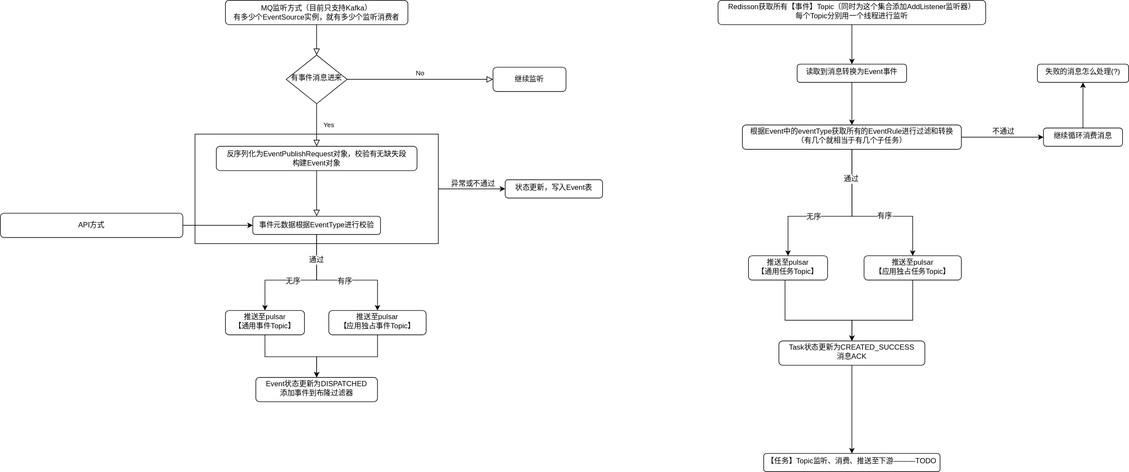
This is 事件.drawio.svg from 1171229771/draw, a draw.io export, as it was before one commit. Source tidied: cells renumbered, new cells last; positions are measured from the earlier drawing's top-left corner, leaving out a move shared by most shapes.
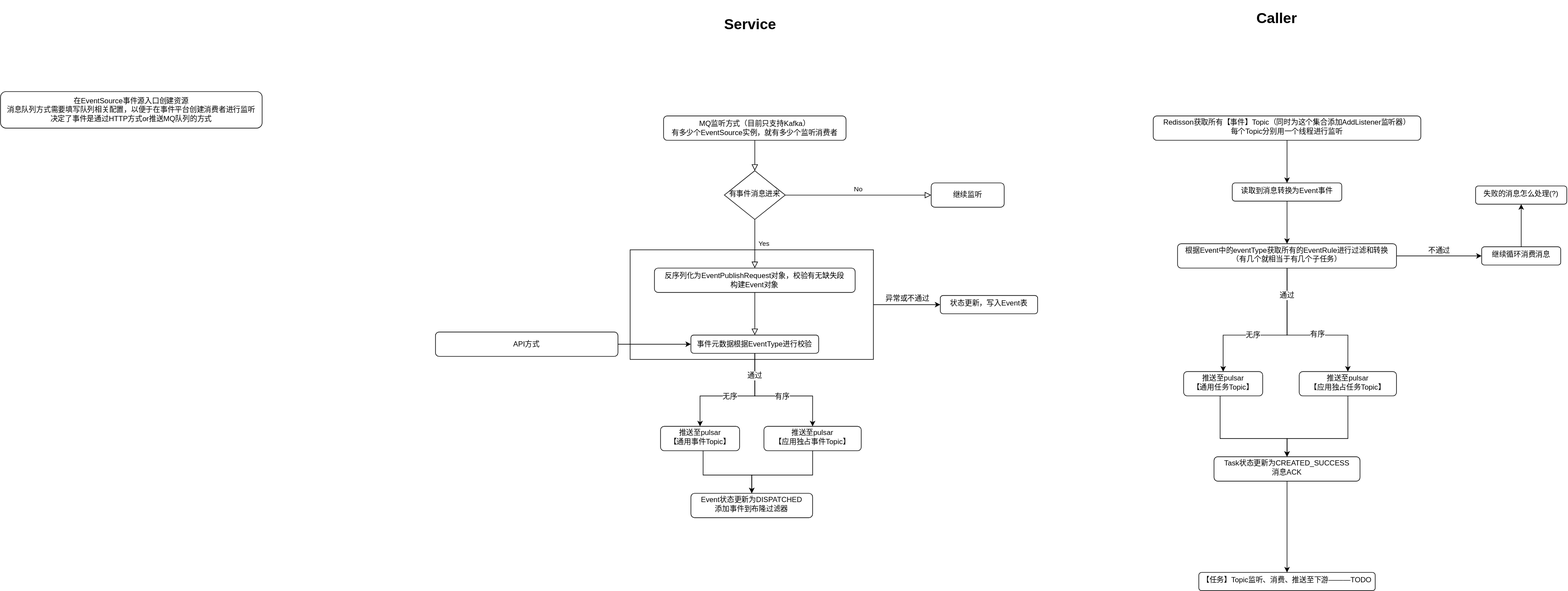
Above is the later version.

Change to the diagram source:
```diff
@@ -5,31 +5,40 @@
     <mxCell id="2" style="rounded=0;whiteSpace=wrap;html=1;shadow=0;strokeColor=default;strokeWidth=1;align=center;verticalAlign=middle;spacingTop=-4;spacing=6;fontFamily=Helvetica;fontSize=12;fontColor=default;fillColor=default;" parent="1" vertex="1">
       <mxGeometry x="320" y="220" width="400" height="180" as="geometry" />
     </mxCell>
+    <mxCell id="16" value="反序列化为EventPublishRequest对象，校验有无缺失段&lt;br&gt;构建Event对象" style="rounded=1;html=1;fontSize=12;glass=0;strokeWidth=1;shadow=0;whiteSpace=wrap;" parent="2" vertex="1">
+      <mxGeometry x="40" y="30" width="330" height="40" as="geometry" />
+    </mxCell>
+    <mxCell id="13" value="事件元数据根据EventType进行&lt;span style=&quot;background-color: initial;&quot;&gt;校验&lt;/span&gt;" style="rounded=1;whiteSpace=wrap;html=1;fontSize=12;glass=0;strokeWidth=1;shadow=0;" parent="2" vertex="1">
+      <mxGeometry x="100" y="140" width="210" height="30" as="geometry" />
+    </mxCell>
+    <mxCell id="15" style="rounded=0;html=1;jettySize=auto;fontSize=11;endArrow=block;endFill=0;endSize=8;strokeWidth=1;shadow=0;labelBackgroundColor=none;edgeStyle=orthogonalEdgeStyle;exitX=0.5;exitY=1;exitDx=0;exitDy=0;" parent="2" edge="1" source="16" target="13">
+      <mxGeometry x="0.33" y="20" relative="1" as="geometry" />
+    </mxCell>
     <mxCell id="3" style="rounded=0;html=1;jettySize=auto;fontSize=11;endArrow=block;endFill=0;endSize=8;strokeWidth=1;shadow=0;labelBackgroundColor=none;edgeStyle=orthogonalEdgeStyle;" parent="1" edge="1" source="4" target="6">
       <mxGeometry relative="1" as="geometry" />
     </mxCell>
     <mxCell id="4" value="MQ监听方式（目前只支持Kafka）&lt;br&gt;有多少个EventSource实例，就有多少个监听消费者" style="rounded=1;html=1;fontSize=12;glass=0;strokeWidth=1;shadow=0;whiteSpace=wrap;" parent="1" vertex="1">
-      <mxGeometry x="370" width="300" height="40" as="geometry" />
+      <mxGeometry x="375" width="300" height="40" as="geometry" />
     </mxCell>
     <mxCell id="5" value="No" style="edgeStyle=orthogonalEdgeStyle;rounded=0;html=1;jettySize=auto;fontSize=11;endArrow=block;endFill=0;endSize=8;strokeWidth=1;shadow=0;labelBackgroundColor=none;" parent="1" edge="1" source="6" target="7">
       <mxGeometry y="10" relative="1" as="geometry" />
     </mxCell>
     <mxCell id="6" value="有事件消息进来" style="rhombus;whiteSpace=wrap;html=1;shadow=0;fontFamily=Helvetica;fontSize=12;align=center;strokeWidth=1;spacing=6;spacingTop=-4;" parent="1" vertex="1">
-      <mxGeometry x="470" y="90" width="100" height="80" as="geometry" />
+      <mxGeometry x="475" y="90" width="100" height="80" as="geometry" />
     </mxCell>
     <mxCell id="7" value="继续监听" style="rounded=1;whiteSpace=wrap;html=1;fontSize=12;glass=0;strokeWidth=1;shadow=0;" parent="1" vertex="1">
-      <mxGeometry x="810" y="110" width="120" height="40" as="geometry" />
+      <mxGeometry x="815" y="110" width="120" height="40" as="geometry" />
     </mxCell>
     <mxCell id="8" style="edgeStyle=orthogonalEdgeStyle;rounded=0;jettySize=auto;html=1;fontFamily=Helvetica;fontSize=12;fontColor=default;entryX=0.5;entryY=0;entryDx=0;entryDy=0;exitX=0.5;exitY=1;exitDx=0;exitDy=0;" parent="1" edge="1" source="13" target="18">
       <mxGeometry relative="1" as="geometry">
         <Array as="points">
-          <mxPoint x="520" y="460" />
+          <mxPoint x="525" y="460" />
           <mxPoint x="620" y="460" />
         </Array>
       </mxGeometry>
     </mxCell>
     <mxCell id="9" value="有序" style="edgeLabel;html=1;align=center;verticalAlign=middle;fontSize=12;fontFamily=Helvetica;fontColor=default;" parent="8" vertex="1">
-      <mxGeometry y="-1" relative="1" as="geometry">
+      <mxGeometry relative="1" as="geometry">
         <mxPoint x="7" as="offset" />
       </mxGeometry>
     </mxCell>
@@ -37,37 +46,28 @@
       <mxGeometry relative="1" as="geometry">
         <Array as="points">
           <mxPoint x="520" y="460" />
-          <mxPoint x="435" y="460" />
+          <mxPoint x="440" y="460" />
         </Array>
       </mxGeometry>
     </mxCell>
     <mxCell id="11" value="通过" style="edgeLabel;html=1;align=center;verticalAlign=middle;fontSize=12;fontFamily=Helvetica;fontColor=default;" parent="10" vertex="1">
-      <mxGeometry x="-0.77" y="-1" relative="1" as="geometry">
-        <mxPoint y="17" as="offset" />
+      <mxGeometry relative="1" as="geometry">
+        <mxPoint x="34" y="-34" as="offset" />
       </mxGeometry>
     </mxCell>
     <mxCell id="12" value="无序" style="edgeLabel;html=1;align=center;verticalAlign=middle;fontSize=12;fontFamily=Helvetica;fontColor=default;" parent="10" vertex="1">
-      <mxGeometry x="0.03" y="1" relative="1" as="geometry">
+      <mxGeometry relative="1" as="geometry">
         <mxPoint x="-7" as="offset" />
       </mxGeometry>
     </mxCell>
-    <mxCell id="13" value="事件元数据根据EventType进行&lt;span style=&quot;background-color: initial;&quot;&gt;校验&lt;/span&gt;" style="rounded=1;whiteSpace=wrap;html=1;fontSize=12;glass=0;strokeWidth=1;shadow=0;" parent="1" vertex="1">
-      <mxGeometry x="415" y="355" width="210" height="30" as="geometry" />
-    </mxCell>
     <mxCell id="14" value="Yes" style="rounded=0;html=1;jettySize=auto;fontSize=11;endArrow=block;endFill=0;endSize=8;strokeWidth=1;shadow=0;labelBackgroundColor=none;edgeStyle=orthogonalEdgeStyle;entryX=0.5;entryY=0;entryDx=0;entryDy=0;" parent="1" edge="1" source="6" target="16">
-      <mxGeometry y="20" relative="1" as="geometry" />
+      <mxGeometry y="15" relative="1" as="geometry" />
     </mxCell>
-    <mxCell id="15" style="rounded=0;html=1;jettySize=auto;fontSize=11;endArrow=block;endFill=0;endSize=8;strokeWidth=1;shadow=0;labelBackgroundColor=none;edgeStyle=orthogonalEdgeStyle;exitX=0.5;exitY=1;exitDx=0;exitDy=0;" parent="1" edge="1" source="16" target="13">
-      <mxGeometry x="0.33" y="20" relative="1" as="geometry" />
-    </mxCell>
-    <mxCell id="16" value="反序列化为EventPublishRequest对象，校验有无缺失段&lt;br&gt;构建Event对象" style="rounded=1;html=1;fontSize=12;glass=0;strokeWidth=1;shadow=0;whiteSpace=wrap;" parent="1" vertex="1">
-      <mxGeometry x="355" y="240" width="330" height="40" as="geometry" />
-    </mxCell>
     <mxCell id="17" style="edgeStyle=orthogonalEdgeStyle;rounded=0;jettySize=auto;html=1;fontFamily=Helvetica;fontSize=12;fontColor=default;entryX=0.5;entryY=0;entryDx=0;entryDy=0;" parent="1" edge="1" source="18" target="21">
       <mxGeometry relative="1" as="geometry">
         <Array as="points">
-          <mxPoint x="620" y="586" />
-          <mxPoint x="520" y="586" />
+          <mxPoint x="620" y="590" />
+          <mxPoint x="520" y="590" />
         </Array>
       </mxGeometry>
     </mxCell>
@@ -77,8 +77,8 @@
     <mxCell id="19" style="edgeStyle=orthogonalEdgeStyle;rounded=0;jettySize=auto;html=1;fontFamily=Helvetica;fontSize=12;fontColor=default;entryX=0.5;entryY=0;entryDx=0;entryDy=0;" parent="1" edge="1" source="20" target="21">
       <mxGeometry relative="1" as="geometry">
         <Array as="points">
-          <mxPoint x="435" y="586" />
-          <mxPoint x="520" y="586" />
+          <mxPoint x="440" y="590" />
+          <mxPoint x="520" y="590" />
         </Array>
       </mxGeometry>
     </mxCell>
@@ -92,7 +92,7 @@
       <mxGeometry relative="1" as="geometry" />
     </mxCell>
     <mxCell id="23" value="异常或不通过" style="edgeLabel;html=1;align=center;verticalAlign=middle;fontSize=12;fontFamily=Helvetica;fontColor=default;" parent="22" vertex="1">
-      <mxGeometry x="0.02" y="-1" relative="1" as="geometry">
+      <mxGeometry relative="1" as="geometry">
         <mxPoint y="-10" as="offset" />
       </mxGeometry>
     </mxCell>
@@ -103,7 +103,7 @@
       <mxGeometry relative="1" as="geometry" />
     </mxCell>
     <mxCell id="26" value="API方式" style="rounded=1;html=1;fontSize=12;glass=0;strokeWidth=1;shadow=0;whiteSpace=wrap;" parent="1" vertex="1">
-      <mxGeometry y="350" width="300" height="40" as="geometry" />
+      <mxGeometry y="355" width="300" height="40" as="geometry" />
     </mxCell>
     <mxCell id="27" style="edgeStyle=orthogonalEdgeStyle;rounded=0;jettySize=auto;html=1;fontFamily=Helvetica;fontSize=12;fontColor=default;entryX=0.5;entryY=0;entryDx=0;entryDy=0;" parent="1" edge="1" source="28" target="30">
       <mxGeometry relative="1" as="geometry" />
@@ -115,24 +115,24 @@
       <mxGeometry relative="1" as="geometry" />
     </mxCell>
     <mxCell id="30" value="读取到消息转换为Event事件" style="rounded=1;whiteSpace=wrap;html=1;shadow=0;strokeColor=default;strokeWidth=1;align=center;verticalAlign=middle;spacingTop=-4;spacing=6;fontFamily=Helvetica;fontSize=12;fontColor=default;fillColor=default;" parent="1" vertex="1">
-      <mxGeometry x="1310" y="105" width="180" height="30" as="geometry" />
+      <mxGeometry x="1310" y="110" width="180" height="30" as="geometry" />
     </mxCell>
     <mxCell id="31" style="edgeStyle=orthogonalEdgeStyle;rounded=0;jettySize=auto;html=1;fontFamily=Helvetica;fontSize=12;fontColor=default;entryX=0;entryY=0.5;entryDx=0;entryDy=0;" parent="1" edge="1" source="33" target="46">
       <mxGeometry relative="1" as="geometry" />
     </mxCell>
     <mxCell id="32" value="不通过" style="edgeLabel;html=1;align=center;verticalAlign=middle;fontSize=12;fontFamily=Helvetica;fontColor=default;" parent="31" vertex="1">
-      <mxGeometry x="0.02" width="60" height="30" relative="1" as="geometry">
+      <mxGeometry width="60" height="30" relative="1" as="geometry">
         <mxPoint x="-30" y="-24" as="offset" />
       </mxGeometry>
     </mxCell>
     <mxCell id="33" value="根据Event中的eventType获取所有的EventRule进行过滤和转换&lt;br&gt;（有几个就相当于有几个子任务）" style="rounded=1;whiteSpace=wrap;html=1;shadow=0;strokeColor=default;strokeWidth=1;align=center;verticalAlign=middle;spacingTop=-4;spacing=6;fontFamily=Helvetica;fontSize=12;fontColor=default;fillColor=default;" parent="1" vertex="1">
-      <mxGeometry x="1220" y="205" width="360" height="40" as="geometry" />
+      <mxGeometry x="1220" y="210" width="360" height="40" as="geometry" />
     </mxCell>
     <mxCell id="34" style="edgeStyle=orthogonalEdgeStyle;rounded=0;jettySize=auto;html=1;fontFamily=Helvetica;fontSize=12;fontColor=default;entryX=0.5;entryY=0;entryDx=0;entryDy=0;" parent="1" edge="1" source="35" target="39">
       <mxGeometry relative="1" as="geometry">
         <Array as="points">
-          <mxPoint x="1500" y="526" />
-          <mxPoint x="1400" y="526" />
+          <mxPoint x="1500" y="530" />
+          <mxPoint x="1400" y="530" />
         </Array>
       </mxGeometry>
     </mxCell>
@@ -142,8 +142,8 @@
     <mxCell id="36" style="edgeStyle=orthogonalEdgeStyle;rounded=0;jettySize=auto;html=1;fontFamily=Helvetica;fontSize=12;fontColor=default;entryX=0.5;entryY=0;entryDx=0;entryDy=0;" parent="1" edge="1" source="37" target="39">
       <mxGeometry relative="1" as="geometry">
         <Array as="points">
-          <mxPoint x="1290" y="526" />
-          <mxPoint x="1400" y="526" />
+          <mxPoint x="1290" y="530" />
+          <mxPoint x="1400" y="530" />
         </Array>
       </mxGeometry>
     </mxCell>
@@ -159,31 +159,31 @@
     <mxCell id="40" style="edgeStyle=orthogonalEdgeStyle;rounded=0;jettySize=auto;html=1;fontFamily=Helvetica;fontSize=12;fontColor=default;entryX=0.5;entryY=0;entryDx=0;entryDy=0;exitX=0.5;exitY=1;exitDx=0;exitDy=0;" parent="1" edge="1" source="33" target="35">
       <mxGeometry relative="1" as="geometry">
         <Array as="points">
-          <mxPoint x="1400" y="355" />
-          <mxPoint x="1500" y="355" />
+          <mxPoint x="1400" y="360" />
+          <mxPoint x="1500" y="360" />
         </Array>
       </mxGeometry>
     </mxCell>
     <mxCell id="41" value="有序" style="edgeLabel;html=1;align=center;verticalAlign=middle;fontSize=12;fontFamily=Helvetica;fontColor=default;" parent="40" vertex="1">
-      <mxGeometry y="-1" width="50" height="30" relative="1" as="geometry">
+      <mxGeometry width="50" height="30" relative="1" as="geometry">
         <mxPoint y="-16" as="offset" />
       </mxGeometry>
     </mxCell>
     <mxCell id="42" style="edgeStyle=orthogonalEdgeStyle;rounded=0;jettySize=auto;html=1;fontFamily=Helvetica;fontSize=12;fontColor=default;exitX=0.5;exitY=1;exitDx=0;exitDy=0;entryX=0.5;entryY=0;entryDx=0;entryDy=0;" parent="1" edge="1" source="33" target="37">
       <mxGeometry relative="1" as="geometry">
         <Array as="points">
-          <mxPoint x="1400" y="355" />
-          <mxPoint x="1295" y="355" />
+          <mxPoint x="1400" y="360" />
+          <mxPoint x="1295" y="360" />
         </Array>
       </mxGeometry>
     </mxCell>
     <mxCell id="43" value="通过" style="edgeLabel;html=1;align=center;verticalAlign=middle;fontSize=12;fontFamily=Helvetica;fontColor=default;" parent="42" vertex="1">
-      <mxGeometry x="-0.77" y="-1" width="50" height="30" relative="1" as="geometry">
-        <mxPoint x="-25" y="2" as="offset" />
+      <mxGeometry width="50" height="30" relative="1" as="geometry">
+        <mxPoint x="2" y="-80" as="offset" />
       </mxGeometry>
     </mxCell>
     <mxCell id="44" value="无序" style="edgeLabel;html=1;align=center;verticalAlign=middle;fontSize=12;fontFamily=Helvetica;fontColor=default;" parent="42" vertex="1">
-      <mxGeometry x="0.03" y="1" width="50" height="30" relative="1" as="geometry">
+      <mxGeometry width="50" height="30" relative="1" as="geometry">
         <mxPoint x="-54" y="-15" as="offset" />
       </mxGeometry>
     </mxCell>
@@ -191,13 +191,22 @@
       <mxGeometry relative="1" as="geometry" />
     </mxCell>
     <mxCell id="46" value="继续循环消费消息&lt;br&gt;" style="rounded=1;whiteSpace=wrap;html=1;shadow=0;strokeColor=default;strokeWidth=1;align=center;verticalAlign=middle;spacingTop=-4;spacing=6;fontFamily=Helvetica;fontSize=12;fontColor=default;fillColor=default;" parent="1" vertex="1">
-      <mxGeometry x="1715" y="210" width="130" height="30" as="geometry" />
+      <mxGeometry x="1720" y="215" width="130" height="30" as="geometry" />
     </mxCell>
     <mxCell id="47" value="失败的消息怎么处理(?)" style="rounded=1;whiteSpace=wrap;html=1;shadow=0;strokeColor=default;strokeWidth=1;align=center;verticalAlign=middle;spacingTop=-4;spacing=6;fontFamily=Helvetica;fontSize=12;fontColor=default;fillColor=default;" parent="1" vertex="1">
-      <mxGeometry x="1705" y="105" width="150" height="30" as="geometry" />
+      <mxGeometry x="1710" y="115" width="150" height="30" as="geometry" />
     </mxCell>
     <mxCell id="48" value="【任务】Topic监听、消费、推送至下游———TODO" style="rounded=1;whiteSpace=wrap;html=1;shadow=0;strokeColor=default;strokeWidth=1;align=center;verticalAlign=middle;spacingTop=-4;spacing=6;fontFamily=Helvetica;fontSize=12;fontColor=default;fillColor=default;" parent="1" vertex="1">
-      <mxGeometry x="1255" y="745" width="290" height="30" as="geometry" />
+      <mxGeometry x="1255" y="750" width="290" height="30" as="geometry" />
     </mxCell>
+    <mxCell id="49" value="在EventSource事件源入口创建资源&lt;br&gt;消息队列方式需要填写队列相关配置，以便于在事件平台创建消费者进行监听&lt;br&gt;决定了事件是通过HTTP方式or推送MQ队列的方式" style="rounded=1;whiteSpace=wrap;html=1;" parent="1" vertex="1">
+      <mxGeometry x="-715" y="-40" width="430" height="60" as="geometry" />
+    </mxCell>
+    <mxCell id="50" value="&lt;h1&gt;Service&lt;/h1&gt;" style="text;html=1;strokeColor=none;fillColor=none;spacing=5;spacingTop=-20;whiteSpace=wrap;overflow=hidden;rounded=0;" parent="1" vertex="1">
+      <mxGeometry x="470" y="-170" width="110" height="60" as="geometry" />
+    </mxCell>
+    <mxCell id="51" value="&lt;h1&gt;Caller&lt;/h1&gt;" style="text;html=1;strokeColor=none;fillColor=none;spacing=5;spacingTop=-20;whiteSpace=wrap;overflow=hidden;rounded=0;" parent="1" vertex="1">
+      <mxGeometry x="1345" y="-180" width="100" height="60" as="geometry" />
+    </mxCell>
   </root>
 </mxGraphModel>
```
